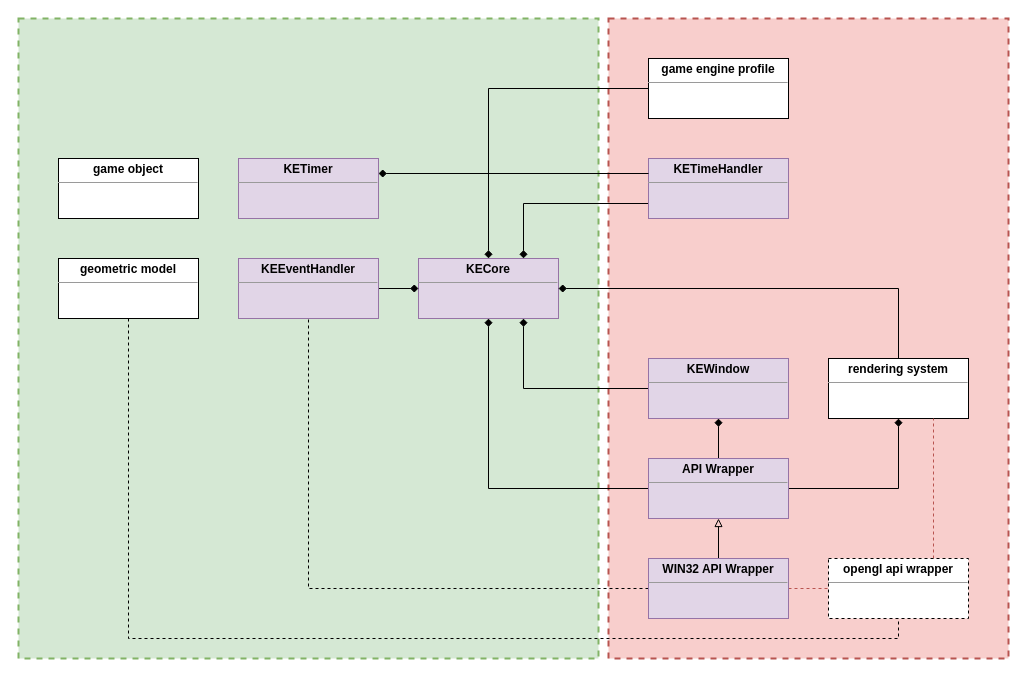
Keshizin/k-engine keeps this draw.io diagram as _docs/k-engine-classes.drawio. Above is the earlier version. Source tidied: cells renumbered, new cells numbered last; positions are measured from the earlier drawing's top-left corner, leaving out a move shared by most shapes. Both pictures are drawn from the tidied source at 100%, with x=0, y=0 at pixel (18, 18).
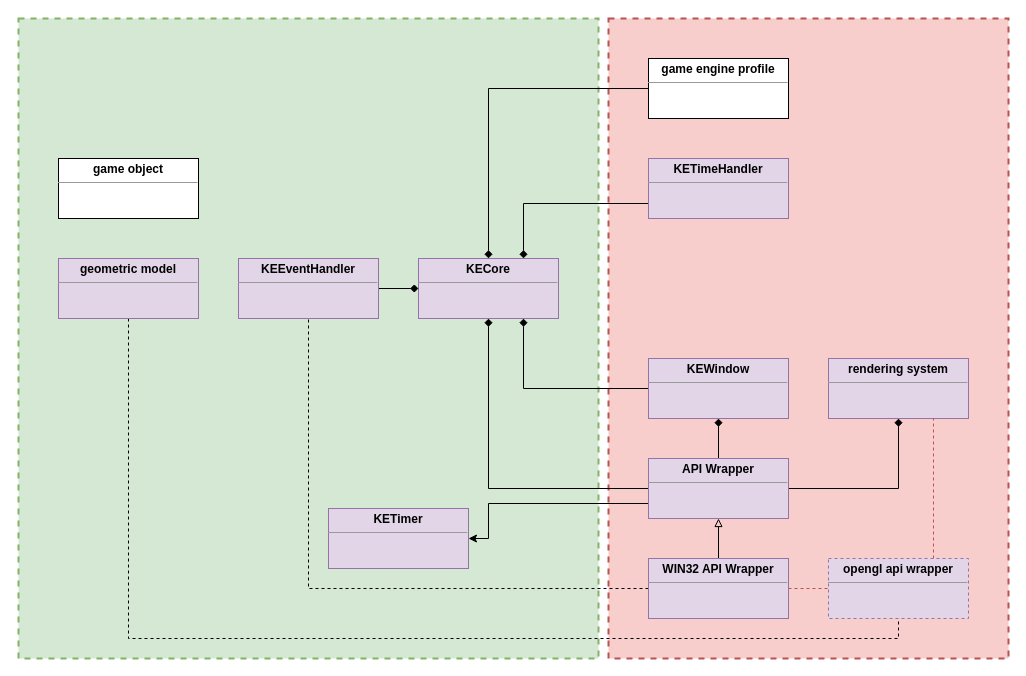
The same diagram, later.

Unchanged cells that the change refers to:
```xml
<mxCell id="4" value="&lt;p style=&quot;margin: 0px ; margin-top: 4px ; text-align: center&quot;&gt;&lt;b&gt;KECore&lt;/b&gt;&lt;/p&gt;&lt;hr size=&quot;1&quot;&gt;&lt;div style=&quot;height: 2px&quot;&gt;&lt;/div&gt;" style="verticalAlign=top;align=left;overflow=fill;fontSize=12;fontFamily=Helvetica;html=1;fillColor=#e1d5e7;strokeColor=#9673a6;" parent="1" vertex="1">
  <mxGeometry x="400" y="240" width="140" height="60" as="geometry" />
</mxCell>
<mxCell id="10" value="&lt;p style=&quot;margin: 0px ; margin-top: 4px ; text-align: center&quot;&gt;&lt;b&gt;API Wrapper&lt;/b&gt;&lt;/p&gt;&lt;hr size=&quot;1&quot;&gt;&lt;div style=&quot;height: 2px&quot;&gt;&lt;/div&gt;" style="verticalAlign=top;align=left;overflow=fill;fontSize=12;fontFamily=Helvetica;html=1;fillColor=#e1d5e7;strokeColor=#9673a6;" parent="1" vertex="1">
  <mxGeometry x="630" y="440" width="140" height="60" as="geometry" />
</mxCell>
<mxCell id="20" value="&lt;p style=&quot;margin: 0px ; margin-top: 4px ; text-align: center&quot;&gt;&lt;b&gt;KETimeHandler&lt;/b&gt;&lt;/p&gt;&lt;hr size=&quot;1&quot;&gt;&lt;div style=&quot;height: 2px&quot;&gt;&lt;/div&gt;" style="verticalAlign=top;align=left;overflow=fill;fontSize=12;fontFamily=Helvetica;html=1;fillColor=#e1d5e7;strokeColor=#9673a6;" parent="1" vertex="1">
  <mxGeometry x="630" y="140" width="140" height="60" as="geometry" />
</mxCell>
```

Change to the diagram source:
```diff
@@
+    <mxCell id="30" style="edgeStyle=orthogonalEdgeStyle;rounded=0;jettySize=auto;html=1;entryX=1;entryY=0.5;entryDx=0;entryDy=0;exitX=0;exitY=0.75;exitDx=0;exitDy=0;" parent="1" edge="1" source="10" target="26">
+      <mxGeometry relative="1" as="geometry">
+        <Array as="points">
+          <mxPoint x="470" y="485" />
+          <mxPoint x="470" y="520" />
+        </Array>
+      </mxGeometry>
+    </mxCell>
@@
-    <mxCell id="17" style="edgeStyle=orthogonalEdgeStyle;rounded=0;jettySize=auto;html=1;endArrow=diamond;endFill=1;entryX=1;entryY=0.5;entryDx=0;entryDy=0;exitX=0.5;exitY=0;exitDx=0;exitDy=0;" parent="1" edge="1" source="18" target="4">
-      <mxGeometry relative="1" as="geometry" />
-    </mxCell>
-    <mxCell id="18" value="&lt;p style=&quot;margin: 0px ; margin-top: 4px ; text-align: center&quot;&gt;&lt;b&gt;rendering system&lt;/b&gt;&lt;/p&gt;&lt;hr size=&quot;1&quot;&gt;&lt;div style=&quot;height: 2px&quot;&gt;&lt;/div&gt;" style="verticalAlign=top;align=left;overflow=fill;fontSize=12;fontFamily=Helvetica;html=1;" parent="1" vertex="1">
+    <mxCell id="18" value="&lt;p style=&quot;margin: 0px ; margin-top: 4px ; text-align: center&quot;&gt;&lt;b&gt;rendering system&lt;/b&gt;&lt;/p&gt;&lt;hr size=&quot;1&quot;&gt;&lt;div style=&quot;height: 2px&quot;&gt;&lt;/div&gt;" style="verticalAlign=top;align=left;overflow=fill;fontSize=12;fontFamily=Helvetica;html=1;fillColor=#e1d5e7;strokeColor=#9673a6;" parent="1" vertex="1">
       <mxGeometry x="810" y="340" width="140" height="60" as="geometry" />
     </mxCell>
@@
-    <mxCell id="24" value="&lt;p style=&quot;margin: 0px ; margin-top: 4px ; text-align: center&quot;&gt;&lt;b&gt;opengl api wrapper&lt;/b&gt;&lt;/p&gt;&lt;hr size=&quot;1&quot;&gt;&lt;div style=&quot;height: 2px&quot;&gt;&lt;/div&gt;" style="verticalAlign=top;align=left;overflow=fill;fontSize=12;fontFamily=Helvetica;html=1;dashed=1;" parent="1" vertex="1">
+    <mxCell id="24" value="&lt;p style=&quot;margin: 0px ; margin-top: 4px ; text-align: center&quot;&gt;&lt;b&gt;opengl api wrapper&lt;/b&gt;&lt;/p&gt;&lt;hr size=&quot;1&quot;&gt;&lt;div style=&quot;height: 2px&quot;&gt;&lt;/div&gt;" style="verticalAlign=top;align=left;overflow=fill;fontSize=12;fontFamily=Helvetica;html=1;dashed=1;fillColor=#e1d5e7;strokeColor=#9673a6;" parent="1" vertex="1">
       <mxGeometry x="810" y="540" width="140" height="60" as="geometry" />
     </mxCell>
-    <mxCell id="25" style="edgeStyle=orthogonalEdgeStyle;rounded=0;jettySize=auto;html=1;endArrow=none;endFill=0;entryX=0;entryY=0.25;entryDx=0;entryDy=0;exitX=1;exitY=0.25;exitDx=0;exitDy=0;startArrow=diamond;startFill=1;" parent="1" edge="1" source="26" target="20">
-      <mxGeometry relative="1" as="geometry" />
-    </mxCell>
     <mxCell id="26" value="&lt;p style=&quot;margin: 0px ; margin-top: 4px ; text-align: center&quot;&gt;&lt;b&gt;KETimer&lt;/b&gt;&lt;/p&gt;&lt;hr size=&quot;1&quot;&gt;&lt;div style=&quot;height: 2px&quot;&gt;&lt;/div&gt;" style="verticalAlign=top;align=left;overflow=fill;fontSize=12;fontFamily=Helvetica;html=1;fillColor=#e1d5e7;strokeColor=#9673a6;" parent="1" vertex="1">
-      <mxGeometry x="220" y="140" width="140" height="60" as="geometry" />
+      <mxGeometry x="310" y="490" width="140" height="60" as="geometry" />
     </mxCell>
@@
-    <mxCell id="28" value="&lt;p style=&quot;margin: 0px ; margin-top: 4px ; text-align: center&quot;&gt;&lt;b&gt;geometric model&lt;/b&gt;&lt;/p&gt;&lt;hr size=&quot;1&quot;&gt;&lt;div style=&quot;height: 2px&quot;&gt;&lt;/div&gt;" style="verticalAlign=top;align=left;overflow=fill;fontSize=12;fontFamily=Helvetica;html=1;" parent="1" vertex="1">
+    <mxCell id="28" value="&lt;p style=&quot;margin: 0px ; margin-top: 4px ; text-align: center&quot;&gt;&lt;b&gt;geometric model&lt;/b&gt;&lt;/p&gt;&lt;hr size=&quot;1&quot;&gt;&lt;div style=&quot;height: 2px&quot;&gt;&lt;/div&gt;" style="verticalAlign=top;align=left;overflow=fill;fontSize=12;fontFamily=Helvetica;html=1;fillColor=#e1d5e7;strokeColor=#9673a6;" parent="1" vertex="1">
       <mxGeometry x="40" y="240" width="140" height="60" as="geometry" />
     </mxCell>
```
